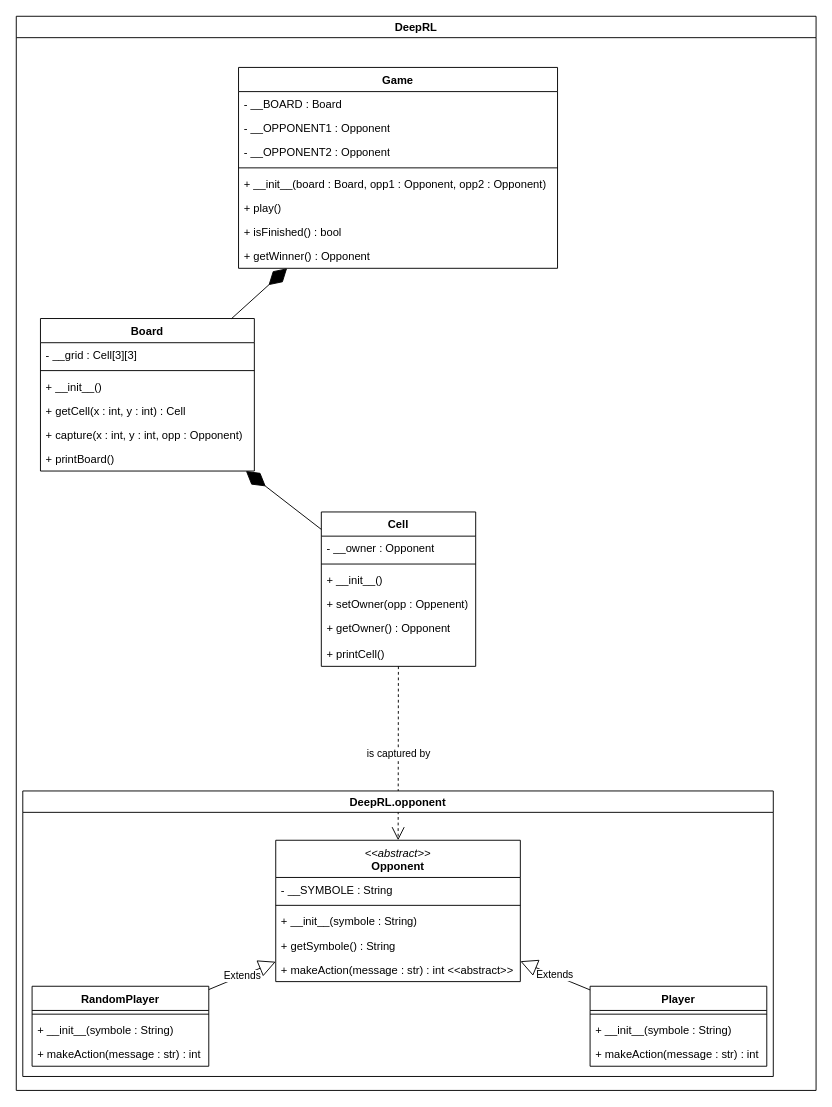
The draw.io diagram uml/DRL project.drawio in Enzo-Claeyssen/Q-Learning_for_Tic_Tac_Toe, before the edit. Source tidied: cells renumbered, new cells numbered last; positions are measured from the earlier drawing's top-left corner, leaving out a move shared by most shapes. Both pictures are drawn from the tidied source at 93%, with x=0, y=0 at pixel (16, 16).
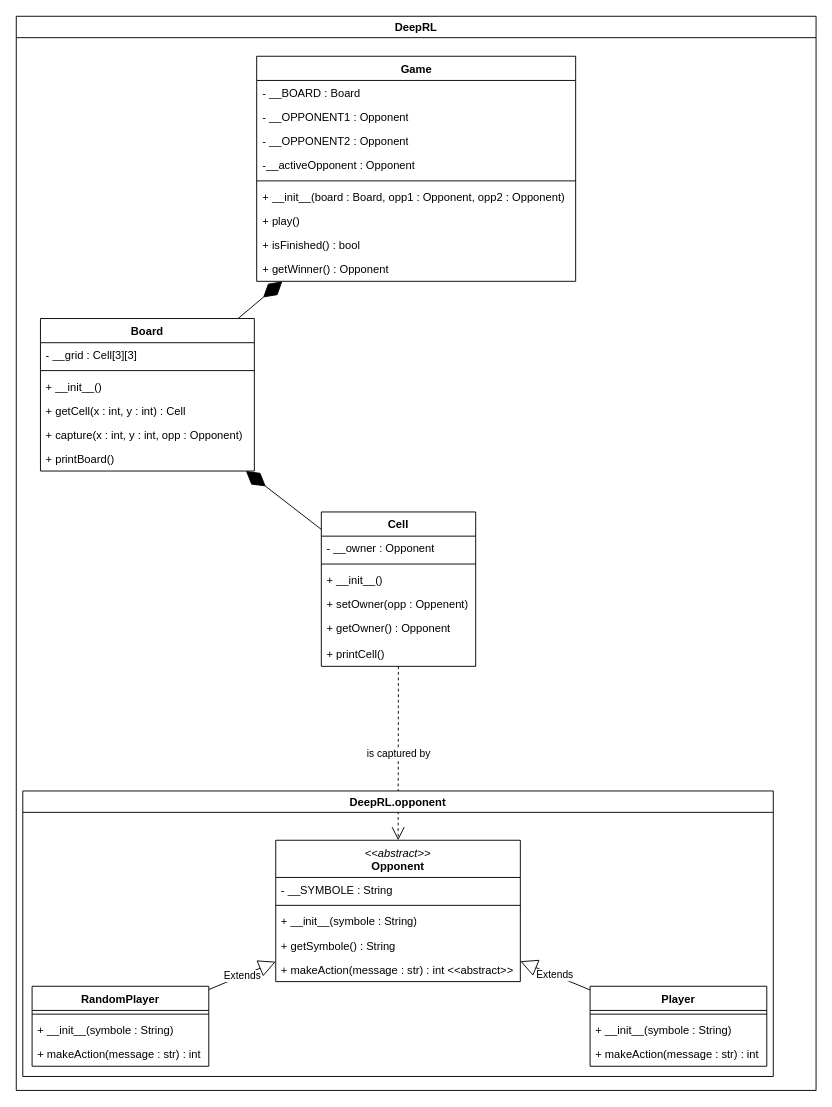
The same diagram, later.

The change refers to these unchanged cells:
```xml
<mxCell id="2" value="DeepRL" style="swimlane;" parent="1" vertex="1">
  <mxGeometry width="860" height="1155" as="geometry" />
</mxCell>
```

What changed in the source:
```diff
@@
     <mxCell id="3" value="Game" style="swimlane;fontStyle=1;align=center;verticalAlign=top;horizontal=1;startSize=26;whiteSpace=wrap;html=1;" parent="2" vertex="1">
-      <mxGeometry x="239" y="55" width="343" height="216" as="geometry" />
+      <mxGeometry x="258.5" y="43" width="343" height="242" as="geometry" />
     </mxCell>
@@
+    <mxCell id="46" value="-__activeOpponent : Opponent" style="text;strokeColor=none;fillColor=none;align=left;verticalAlign=top;spacingLeft=4;spacingRight=4;overflow=hidden;whiteSpace=wrap;html=1;" parent="3" vertex="1">
+      <mxGeometry y="104" width="343" height="26" as="geometry" />
+    </mxCell>
     <mxCell id="7" style="line;strokeWidth=1;fillColor=none;align=left;verticalAlign=middle;spacingTop=-1;spacingLeft=3;spacingRight=3;labelPosition=right;strokeColor=inherit;" parent="3" vertex="1">
-      <mxGeometry y="104" width="343" height="8" as="geometry" />
+      <mxGeometry y="130" width="343" height="8" as="geometry" />
     </mxCell>
     <mxCell id="8" value="+ __init__(board : Board, opp1 : Opponent, opp2 : Opponent)" style="text;strokeColor=none;fillColor=none;align=left;verticalAlign=top;spacingLeft=4;spacingRight=4;overflow=hidden;whiteSpace=wrap;html=1;" parent="3" vertex="1">
-      <mxGeometry y="112" width="343" height="26" as="geometry" />
+      <mxGeometry y="138" width="343" height="26" as="geometry" />
     </mxCell>
     <mxCell id="9" value="+ play()" style="text;strokeColor=none;fillColor=none;align=left;verticalAlign=top;spacingLeft=4;spacingRight=4;overflow=hidden;whiteSpace=wrap;html=1;" parent="3" vertex="1">
-      <mxGeometry y="138" width="343" height="26" as="geometry" />
+      <mxGeometry y="164" width="343" height="26" as="geometry" />
     </mxCell>
     <mxCell id="10" value="+ isFinished() : bool " style="text;strokeColor=none;fillColor=none;align=left;verticalAlign=top;spacingLeft=4;spacingRight=4;overflow=hidden;whiteSpace=wrap;html=1;" parent="3" vertex="1">
-      <mxGeometry y="164" width="343" height="26" as="geometry" />
+      <mxGeometry y="190" width="343" height="26" as="geometry" />
     </mxCell>
     <mxCell id="11" value="+ getWinner() : Opponent" style="text;strokeColor=none;fillColor=none;align=left;verticalAlign=top;spacingLeft=4;spacingRight=4;overflow=hidden;whiteSpace=wrap;html=1;" parent="3" vertex="1">
-      <mxGeometry y="190" width="343" height="26" as="geometry" />
+      <mxGeometry y="216" width="343" height="26" as="geometry" />
     </mxCell>
```
